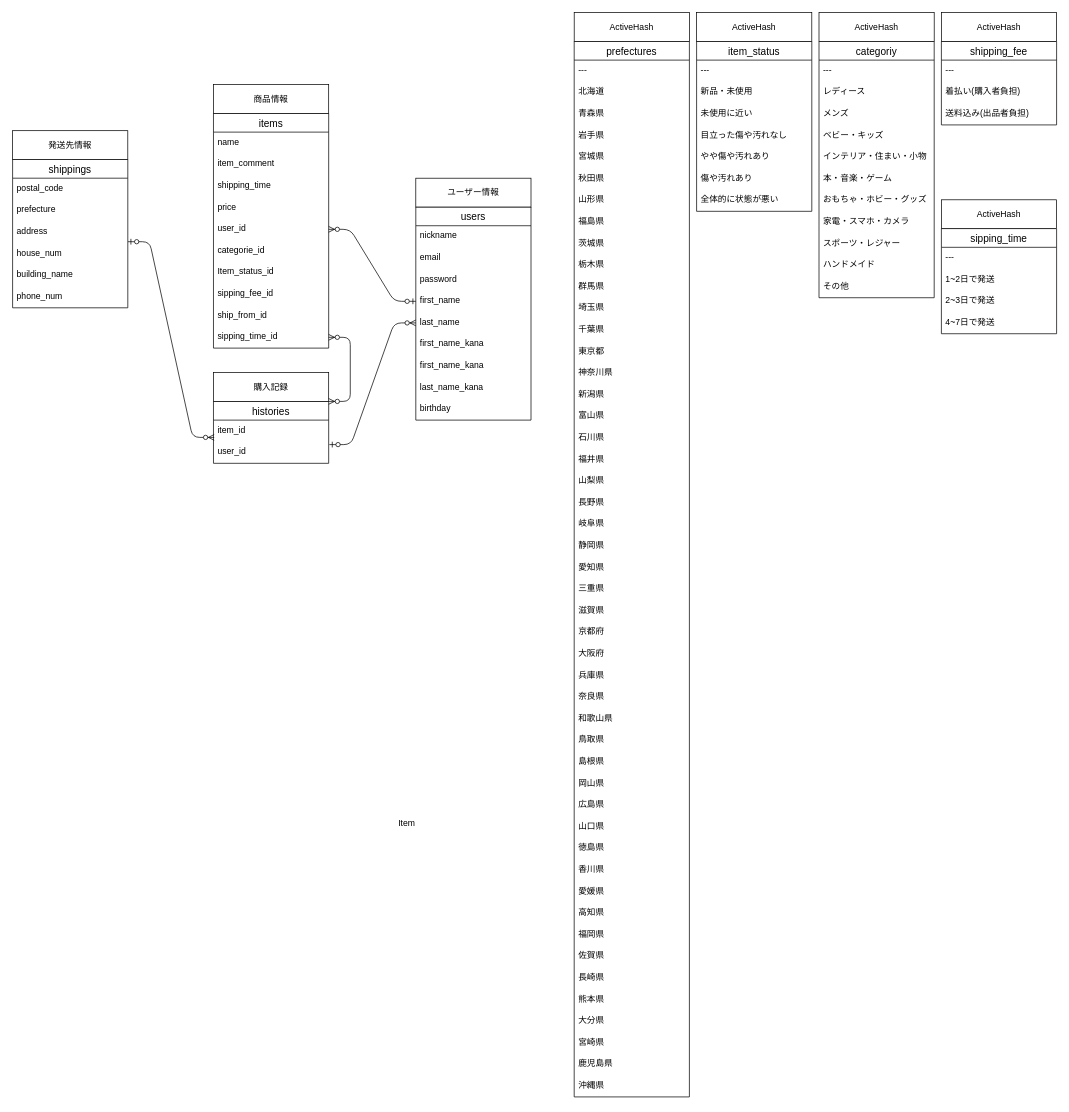
The draw.io diagram database_ER.dio in xemnas1018/furima-41347, before the edit. Source tidied: cells renumbered, new cells numbered last; positions are measured from the earlier drawing's top-left corner, leaving out a move shared by most shapes. Both pictures are drawn from the tidied source at 72%, with x=0, y=0 at pixel (12, 12).
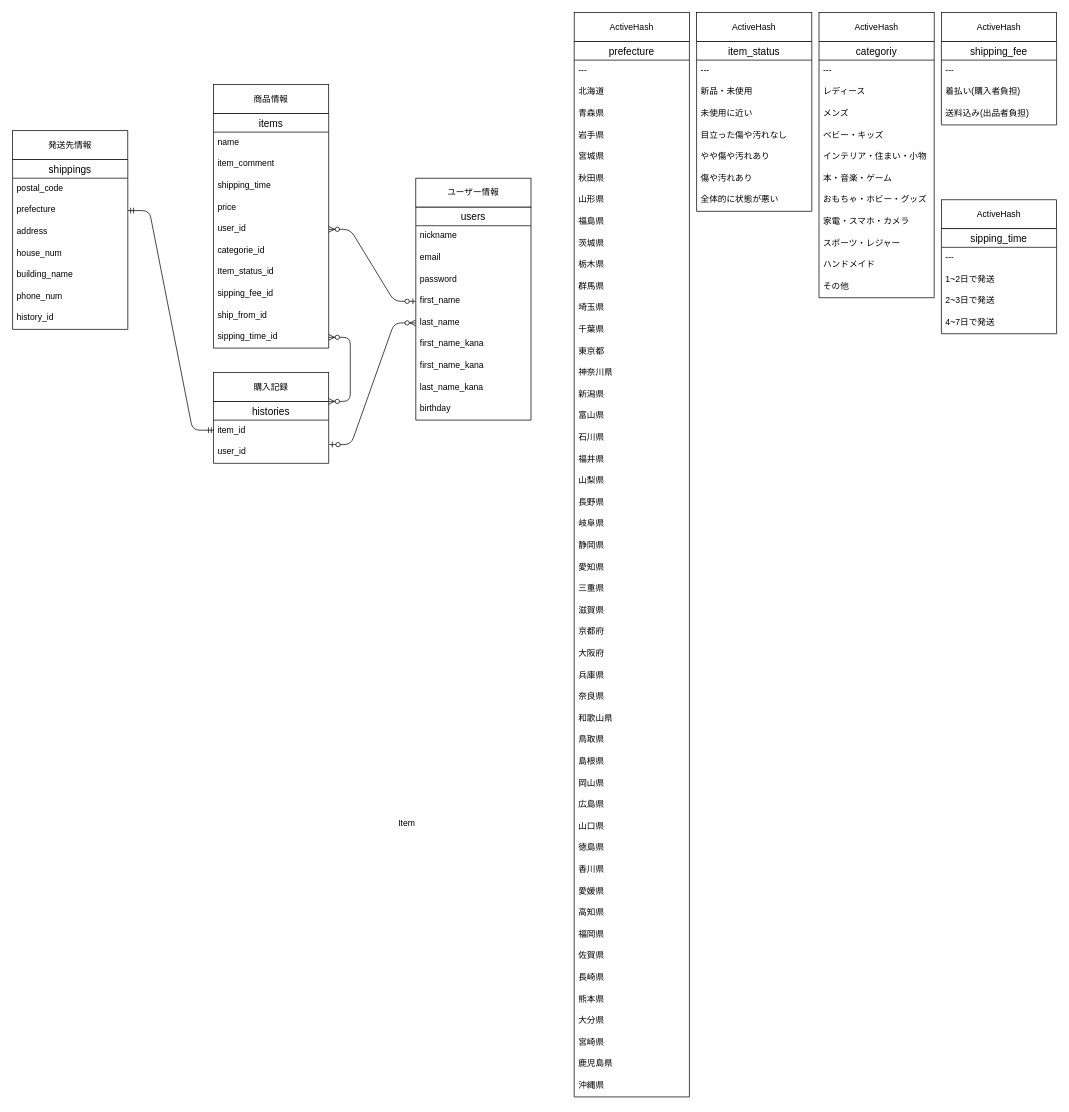
The same diagram, later.

Commit message (it also covers changes not shown here):
ER図・READMEファイル修正3

Unchanged cells that the change refers to:
```xml
<mxCell id="20" style="group;" parent="1" vertex="1">
  <mxGeometry y="164" width="160" height="336" as="geometry" />
</mxCell>
<mxCell id="23" value="prefecture" style="text;strokeColor=none;fillColor=none;spacingLeft=4;spacingRight=4;overflow=hidden;points=[[0,0.5],[1,0.5]];portConstraint=eastwest;fontSize=12;" parent="21" vertex="1">
  <mxGeometry y="56" width="160" height="30" as="geometry" />
</mxCell>
<mxCell id="25" value="house_num" style="text;strokeColor=none;fillColor=none;spacingLeft=4;spacingRight=4;overflow=hidden;points=[[0,0.5],[1,0.5]];portConstraint=eastwest;fontSize=12;" parent="21" vertex="1">
  <mxGeometry y="116" width="160" height="30" as="geometry" />
</mxCell>
<mxCell id="69" style="group;" parent="1" vertex="1">
  <mxGeometry x="780" width="160" height="1506" as="geometry" />
</mxCell>
```

What changed in the source:
```diff
@@
     <mxCell id="21" value="shippings" style="swimlane;fontStyle=0;horizontal=1;startSize=26;align=center;fontSize=14;" parent="20" vertex="1">
-      <mxGeometry y="40" width="160" height="206" as="geometry" />
+      <mxGeometry y="40" width="160" height="236" as="geometry" />
     </mxCell>
@@
+    <mxCell id="134" value="history_id" style="text;strokeColor=none;fillColor=none;spacingLeft=4;spacingRight=4;overflow=hidden;fontSize=12;" parent="21" vertex="1">
+      <mxGeometry y="206" width="160" height="30" as="geometry" />
+    </mxCell>
@@
-    <mxCell id="70" value="prefectures" style="swimlane;fontStyle=0;horizontal=1;startSize=26;align=center;fontSize=14;" parent="69" vertex="1">
+    <mxCell id="70" value="prefecture" style="swimlane;fontStyle=0;horizontal=1;startSize=26;align=center;fontSize=14;" parent="69" vertex="1">
       <mxGeometry y="40" width="160" height="1466" as="geometry" />
     </mxCell>
@@
-    <mxCell id="122" style="edgeStyle=entityRelationEdgeStyle;fontSize=12;html=1;endArrow=ERzeroToMany;startArrow=ERzeroToOne;exitX=1.002;exitY=-0.06;exitDx=0;exitDy=0;exitPerimeter=0;" parent="1" edge="1" source="25">
-      <mxGeometry relative="1" as="geometry">
-        <mxPoint x="280" y="590" as="targetPoint" />
-      </mxGeometry>
-    </mxCell>
@@
+    <mxCell id="135" style="edgeStyle=entityRelationEdgeStyle;fontSize=12;html=1;endArrow=ERmandOne;startArrow=ERmandOne;exitX=1;exitY=0.5;exitDx=0;exitDy=0;" parent="1" edge="1" source="23">
+      <mxGeometry relative="1" as="geometry">
+        <mxPoint x="280" y="580" as="targetPoint" />
+      </mxGeometry>
+    </mxCell>
```
